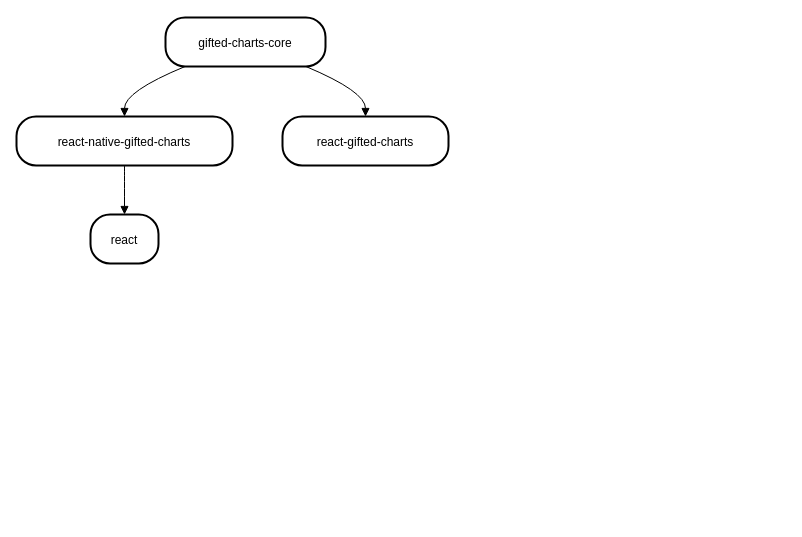
The draw.io diagram docs/dev/Untitled Diagram.drawio in Abhinandan-Kushwaha/react-native-gifted-charts, before the edit. Source tidied: cells renumbered, new cells numbered last; positions are measured from the earlier drawing's top-left corner, leaving out a move shared by most shapes. Both pictures are drawn from the tidied source at 100%, with x=0, y=0 at pixel (16, 17).
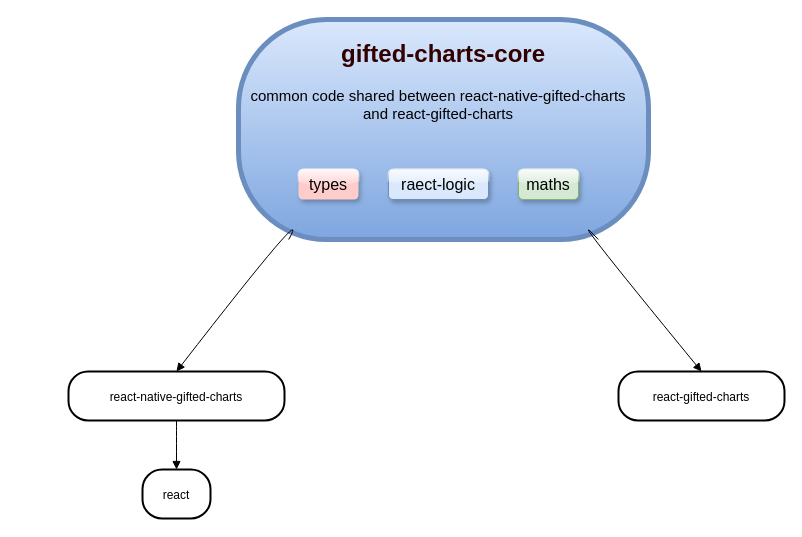
Above is the later version.

Commit message:
gifted-charts-architecture

What changed in the source:
```diff
@@
 <mxGraphModel>
   <root>
     <mxCell id="0" />
     <mxCell id="1" parent="0" />
-    <mxCell id="2" value="gifted-charts-core" style="rounded=1;arcSize=40;strokeWidth=2;" parent="1" vertex="1">
-      <mxGeometry x="149" width="160" height="49" as="geometry" />
+    <mxCell id="2" style="rounded=1;arcSize=40;strokeWidth=5;fontStyle=1;fontSize=20;glass=0;shadow=0;fillColor=#dae8fc;strokeColor=#6c8ebf;gradientColor=#7ea6e0;" parent="1" vertex="1">
+      <mxGeometry x="222" y="2" width="410" height="220" as="geometry" />
     </mxCell>
     <mxCell id="3" value="react-native-gifted-charts" style="rounded=1;arcSize=40;strokeWidth=2;" parent="1" vertex="1">
-      <mxGeometry y="99" width="216" height="49" as="geometry" />
+      <mxGeometry x="52" y="354" width="216" height="49" as="geometry" />
     </mxCell>
     <mxCell id="4" value="react-gifted-charts" style="rounded=1;arcSize=40;strokeWidth=2;" parent="1" vertex="1">
-      <mxGeometry x="266" y="99" width="166" height="49" as="geometry" />
+      <mxGeometry x="602" y="354" width="166" height="49" as="geometry" />
     </mxCell>
     <mxCell id="5" value="react" style="rounded=1;arcSize=40;strokeWidth=2;" parent="1" vertex="1">
-      <mxGeometry x="74" y="197" width="68" height="49" as="geometry" />
+      <mxGeometry x="126" y="452" width="68" height="49" as="geometry" />
     </mxCell>
     <mxCell id="6" style="curved=1;startArrow=none;endArrow=block;exitX=0.13;exitY=0.99;entryX=0.5;entryY=-0.01;" parent="1" edge="1" source="2" target="3">
       <mxGeometry relative="1" as="geometry">
         <Array as="points">
-          <mxPoint x="108" y="74" />
+          <mxPoint x="298" y="176" />
         </Array>
       </mxGeometry>
     </mxCell>
     <mxCell id="7" style="curved=1;startArrow=none;endArrow=block;exitX=0.87;exitY=0.99;entryX=0.5;entryY=-0.01;" parent="1" edge="1" source="2" target="4">
       <mxGeometry relative="1" as="geometry">
         <Array as="points">
-          <mxPoint x="349" y="74" />
+          <mxPoint x="539" y="176" />
         </Array>
       </mxGeometry>
     </mxCell>
     <mxCell id="8" style="curved=1;startArrow=none;endArrow=block;exitX=0.5;exitY=0.98;entryX=0.5;entryY=0;" parent="1" edge="1" source="3" target="5">
       <mxGeometry relative="1" as="geometry" />
     </mxCell>
+    <mxCell id="9" value="&lt;font style=&quot;font-size: 16px;&quot;&gt;types&lt;/font&gt;" style="text;html=1;align=center;verticalAlign=middle;whiteSpace=wrap;rounded=1;fillColor=#FFCCCC;glass=1;shadow=1;" parent="1" vertex="1">
+      <mxGeometry x="282" y="152" width="60" height="30" as="geometry" />
+    </mxCell>
+    <mxCell id="10" value="&lt;span style=&quot;font-size: 16px;&quot;&gt;raect-logic&lt;/span&gt;" style="text;html=1;align=center;verticalAlign=middle;whiteSpace=wrap;rounded=1;fillColor=#dae8fc;strokeColor=#6c8ebf;glass=1;shadow=1;" parent="1" vertex="1">
+      <mxGeometry x="372" y="152" width="100" height="30" as="geometry" />
+    </mxCell>
+    <mxCell id="11" value="&lt;font style=&quot;font-size: 16px;&quot;&gt;maths&lt;/font&gt;" style="text;html=1;align=center;verticalAlign=middle;whiteSpace=wrap;rounded=1;fillColor=#d5e8d4;strokeColor=#82b366;glass=1;shadow=1;" parent="1" vertex="1">
+      <mxGeometry x="502" y="152" width="60" height="30" as="geometry" />
+    </mxCell>
+    <mxCell id="12" value="&lt;font style=&quot;font-size: 15px;&quot;&gt;common code shared between react-native-gifted-charts and react-gifted-charts&lt;/font&gt;" style="text;html=1;align=center;verticalAlign=middle;whiteSpace=wrap;rounded=0;" parent="1" vertex="1">
+      <mxGeometry x="232" y="72" width="380" height="30" as="geometry" />
+    </mxCell>
+    <mxCell id="13" value="&lt;span style=&quot;text-wrap-mode: nowrap;&quot;&gt;gifted-charts-core&lt;/span&gt;" style="text;html=1;align=center;verticalAlign=middle;whiteSpace=wrap;rounded=1;glass=1;shadow=1;fillColor=none;strokeColor=none;fontStyle=1;fontSize=24;textShadow=0;fontColor=#330000;" parent="1" vertex="1">
+      <mxGeometry x="307" y="22" width="240" height="30" as="geometry" />
+    </mxCell>
   </root>
 </mxGraphModel>
```
